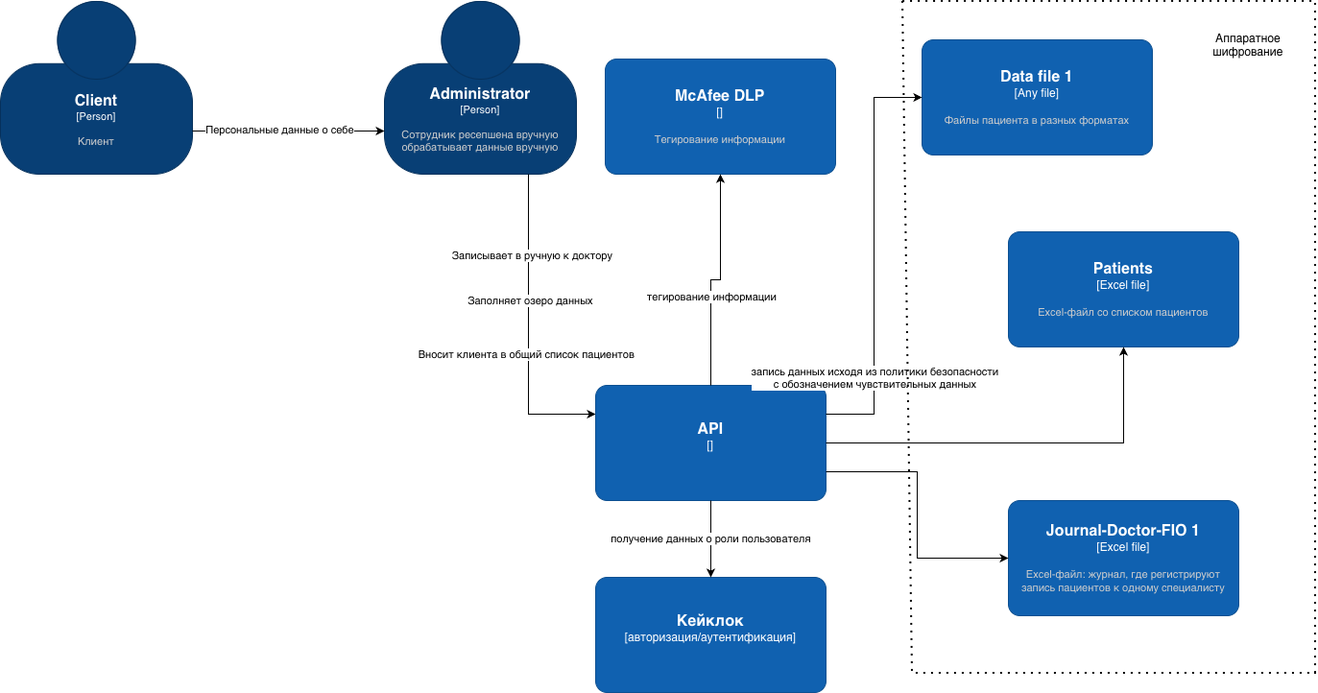
Before: Task1/ideas_for_upgrade/client_administrator.drawio-2.png, a diagram exported from draw.io (KatodForAnod/architecture-medikamente). Source tidied: cells renumbered, new cells last; positions are measured from the earlier drawing's top-left corner, leaving out a move shared by most shapes.
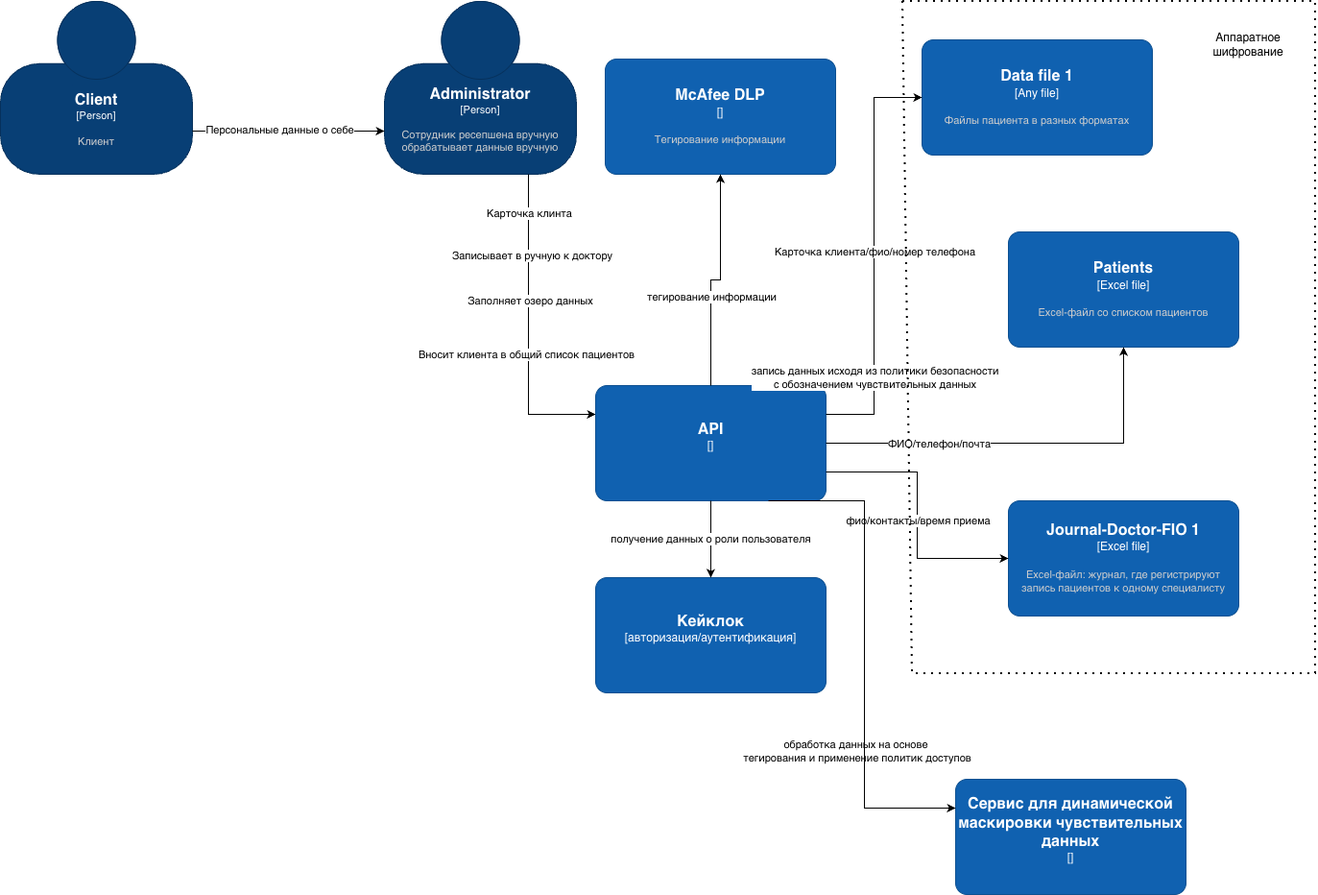
After the commit.

Diff of the diagram source:
```diff
@@ -51,6 +51,9 @@
         <mxPoint y="-1" as="offset" />
       </mxGeometry>
     </mxCell>
+    <mxCell id="25" value="Карточка клинта" style="edgeLabel;html=1;align=center;verticalAlign=middle;" parent="9" vertex="1">
+      <mxGeometry x="-0.75" relative="1" as="geometry" />
+    </mxCell>
     <object id="13" label="&lt;font style=&quot;font-size: 16px&quot;&gt;&lt;b&gt;%c4Name%&lt;/b&gt;&lt;/font&gt;&lt;div&gt;[%c4Type%]&lt;/div&gt;&lt;br&gt;&lt;div&gt;&lt;font style=&quot;font-size: 11px&quot;&gt;&lt;font color=&quot;#cccccc&quot;&gt;%c4Description%&lt;/font&gt;&lt;/div&gt;" c4Description="" c4Name="Кейклок" c4Type="авторизация/аутентификация" placeholders="1">
       <mxCell style="rounded=1;whiteSpace=wrap;html=1;labelBackgroundColor=none;fillColor=#1061B0;fontColor=#ffffff;align=center;arcSize=10;strokeColor=#0D5091;points=[[0.25,0,0],[0.5,0,0],[0.75,0,0],[1,0.25,0],[1,0.5,0],[1,0.75,0],[0.75,1,0],[0.5,1,0],[0.25,1,0],[0,0.75,0],[0,0.5,0],[0,0.25,0]];" parent="1" vertex="1">
         <mxGeometry x="620" y="600" width="240" height="120" as="geometry" />
@@ -83,12 +86,23 @@
         <mxPoint y="1" as="offset" />
       </mxGeometry>
     </mxCell>
+    <mxCell id="26" value="Карточка клиента/фио/номер телефона" style="edgeLabel;html=1;align=center;verticalAlign=middle;" parent="19" vertex="1">
+      <mxGeometry x="-0.13" relative="1" as="geometry">
+        <mxPoint y="-34" as="offset" />
+      </mxGeometry>
+    </mxCell>
     <mxCell id="21" style="edgeStyle=orthogonalEdgeStyle;rounded=0;jettySize=auto;html=1;exitX=1;exitY=0.5;exitDx=0;exitDy=0;exitPerimeter=0;entryX=0.5;entryY=1;entryDx=0;entryDy=0;entryPerimeter=0;" parent="1" edge="1" source="15" target="7">
       <mxGeometry relative="1" as="geometry" />
     </mxCell>
+    <mxCell id="27" value="ФИО/телефон/почта" style="edgeLabel;html=1;align=center;verticalAlign=middle;" parent="21" vertex="1">
+      <mxGeometry x="-0.43" relative="1" as="geometry" />
+    </mxCell>
     <mxCell id="22" style="edgeStyle=orthogonalEdgeStyle;rounded=0;jettySize=auto;html=1;exitX=1;exitY=0.75;exitDx=0;exitDy=0;exitPerimeter=0;entryX=0;entryY=0.5;entryDx=0;entryDy=0;entryPerimeter=0;" parent="1" edge="1" source="15" target="8">
       <mxGeometry relative="1" as="geometry" />
     </mxCell>
+    <mxCell id="28" value="фио/контакты/время приема" style="edgeLabel;html=1;align=center;verticalAlign=middle;" parent="22" vertex="1">
+      <mxGeometry x="0.04" relative="1" as="geometry" />
+    </mxCell>
     <mxCell id="23" style="endArrow=none;dashed=1;html=1;dashPattern=1 3;strokeWidth=2;rounded=0;" parent="1" edge="1">
       <mxGeometry relative="1" as="geometry">
         <mxPoint x="940" as="sourcePoint" />
@@ -103,5 +117,21 @@
     <mxCell id="24" value="Аппаратное шифрование" style="text;html=1;whiteSpace=wrap;strokeColor=none;fillColor=none;align=center;verticalAlign=middle;rounded=0;" parent="1" vertex="1">
       <mxGeometry x="1270" y="30" width="60" height="30" as="geometry" />
     </mxCell>
+    <object id="29" label="&lt;font style=&quot;font-size: 16px&quot;&gt;&lt;b&gt;%c4Name%&lt;/b&gt;&lt;/font&gt;&lt;div&gt;[%c4Type%]&lt;/div&gt;&lt;br&gt;&lt;div&gt;&lt;font style=&quot;font-size: 11px&quot;&gt;&lt;font color=&quot;#cccccc&quot;&gt;%c4Description%&lt;/font&gt;&lt;/div&gt;" c4Description="" c4Name="Сервис для динамической маскировки чувствительных данных" c4Type="" placeholders="1">
+      <mxCell style="rounded=1;whiteSpace=wrap;html=1;labelBackgroundColor=none;fillColor=#1061B0;fontColor=#ffffff;align=center;arcSize=10;strokeColor=#0D5091;points=[[0.25,0,0],[0.5,0,0],[0.75,0,0],[1,0.25,0],[1,0.5,0],[1,0.75,0],[0.75,1,0],[0.5,1,0],[0.25,1,0],[0,0.75,0],[0,0.5,0],[0,0.25,0]];" parent="1" vertex="1">
+        <mxGeometry x="995" y="810" width="240" height="120" as="geometry" />
+      </mxCell>
+    </object>
+    <mxCell id="30" value="обработка данных на основе&lt;div&gt;&amp;nbsp;тегирования и применение политик доступов&lt;/div&gt;" style="edgeLabel;html=1;align=center;verticalAlign=middle;" parent="1" vertex="1">
+      <mxGeometry x="890" y="780" as="geometry" />
+    </mxCell>
+    <mxCell id="31" style="edgeStyle=orthogonalEdgeStyle;rounded=0;jettySize=auto;html=1;exitX=0.75;exitY=1;exitDx=0;exitDy=0;exitPerimeter=0;entryX=0;entryY=0.25;entryDx=0;entryDy=0;entryPerimeter=0;" parent="1" edge="1" source="15" target="29">
+      <mxGeometry relative="1" as="geometry">
+        <Array as="points">
+          <mxPoint x="900" y="520" />
+          <mxPoint x="900" y="840" />
+        </Array>
+      </mxGeometry>
+    </mxCell>
   </root>
 </mxGraphModel>
```
